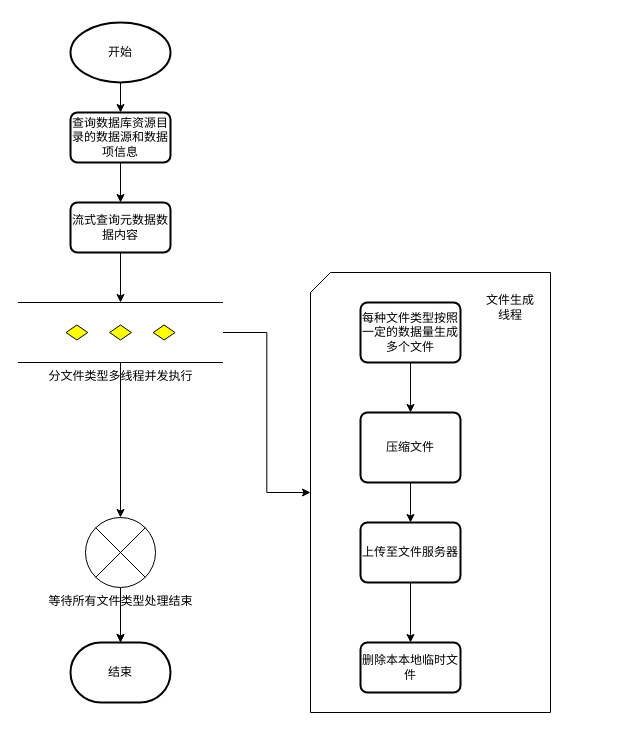
This is 数据库文件生成.drawio from weiqingping/dw, a draw.io file, before an edit. Source tidied: cells renumbered, new cells numbered last; positions are measured from the earlier drawing's top-left corner, leaving out a move shared by most shapes. Both pictures are drawn from the tidied source at 100%, with x=0, y=0 at pixel (18, 22).
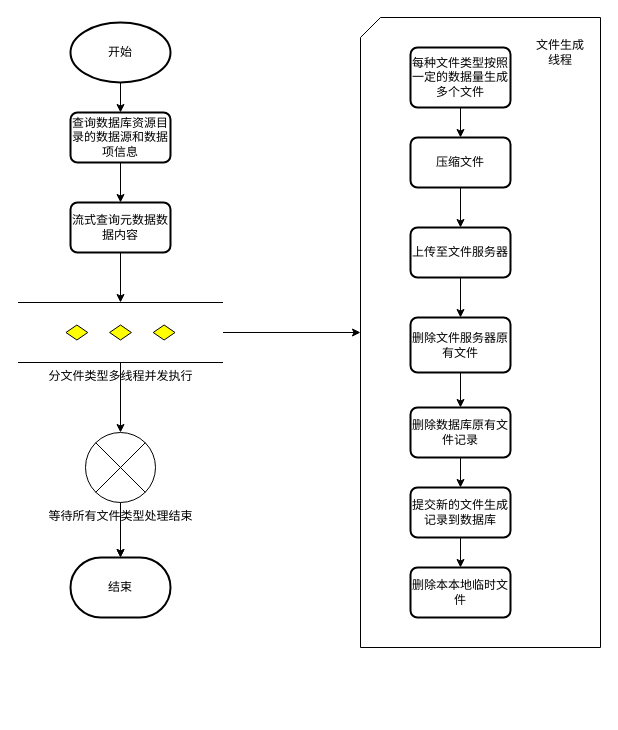
Above is the later version.

Commit message:
更新数据库文件生成.drawio

The edit, as a diff of the source:
```diff
@@
     <mxCell id="2" style="verticalLabelPosition=bottom;verticalAlign=top;html=1;shape=card;whiteSpace=wrap;size=20;arcSize=12;" parent="1" vertex="1">
-      <mxGeometry x="292" y="250" width="240" height="440" as="geometry" />
+      <mxGeometry x="342" y="-5" width="240" height="630" as="geometry" />
     </mxCell>
@@
     <mxCell id="13" value="压缩文件" style="rounded=1;whiteSpace=wrap;html=1;absoluteArcSize=1;arcSize=14;strokeWidth=2;" parent="1" vertex="1">
-      <mxGeometry x="342" y="390" width="100" height="70" as="geometry" />
+      <mxGeometry x="392" y="115" width="100" height="50" as="geometry" />
     </mxCell>
-    <mxCell id="14" style="edgeStyle=orthogonalEdgeStyle;rounded=0;jettySize=auto;html=1;" parent="1" edge="1" source="15" target="16">
-      <mxGeometry relative="1" as="geometry" />
-    </mxCell>
+    <mxCell id="24" style="edgeStyle=orthogonalEdgeStyle;rounded=0;jettySize=auto;html=1;" parent="1" edge="1" source="15" target="28">
+      <mxGeometry relative="1" as="geometry" />
+    </mxCell>
     <mxCell id="15" value="上传至文件服务器" style="rounded=1;whiteSpace=wrap;html=1;absoluteArcSize=1;arcSize=14;strokeWidth=2;" parent="1" vertex="1">
-      <mxGeometry x="342" y="500" width="100" height="60" as="geometry" />
+      <mxGeometry x="392" y="205" width="100" height="50" as="geometry" />
     </mxCell>
     <mxCell id="16" value="删除本本地临时文件" style="rounded=1;whiteSpace=wrap;html=1;absoluteArcSize=1;arcSize=14;strokeWidth=2;" parent="1" vertex="1">
-      <mxGeometry x="342" y="620" width="100" height="50" as="geometry" />
+      <mxGeometry x="392" y="545" width="100" height="50" as="geometry" />
     </mxCell>
@@
     <mxCell id="19" value="等待所有文件类型处理结束" style="verticalLabelPosition=bottom;verticalAlign=top;html=1;shape=mxgraph.flowchart.or;" parent="1" vertex="1">
-      <mxGeometry x="67" y="495" width="70" height="70" as="geometry" />
+      <mxGeometry x="67" y="410" width="70" height="70" as="geometry" />
     </mxCell>
@@
     <mxCell id="21" value="每种文件类型按照一定的数据量生成多个文件" style="rounded=1;whiteSpace=wrap;html=1;absoluteArcSize=1;arcSize=14;strokeWidth=2;" parent="1" vertex="1">
-      <mxGeometry x="342" y="280" width="100" height="60" as="geometry" />
+      <mxGeometry x="392" y="25" width="100" height="60" as="geometry" />
     </mxCell>
     <mxCell id="22" value="结束" style="strokeWidth=2;html=1;shape=mxgraph.flowchart.terminator;whiteSpace=wrap;" parent="1" vertex="1">
-      <mxGeometry x="52" y="620" width="100" height="60" as="geometry" />
+      <mxGeometry x="52" y="535" width="100" height="60" as="geometry" />
     </mxCell>
     <mxCell id="23" value="文件生成线程" style="text;html=1;strokeColor=none;fillColor=none;align=center;verticalAlign=middle;whiteSpace=wrap;rounded=0;" parent="1" vertex="1">
-      <mxGeometry x="462" y="270" width="60" height="30" as="geometry" />
+      <mxGeometry x="512" y="15" width="60" height="30" as="geometry" />
     </mxCell>
+    <mxCell id="25" style="edgeStyle=orthogonalEdgeStyle;rounded=0;jettySize=auto;html=1;" parent="1" edge="1" source="26" target="16">
+      <mxGeometry relative="1" as="geometry" />
+    </mxCell>
+    <mxCell id="26" value="提交新的文件生成记录到数据库" style="rounded=1;whiteSpace=wrap;html=1;absoluteArcSize=1;arcSize=14;strokeWidth=2;" parent="1" vertex="1">
+      <mxGeometry x="392" y="465" width="100" height="50" as="geometry" />
+    </mxCell>
+    <mxCell id="27" style="edgeStyle=orthogonalEdgeStyle;rounded=0;jettySize=auto;html=1;" parent="1" edge="1" source="28" target="30">
+      <mxGeometry relative="1" as="geometry" />
+    </mxCell>
+    <mxCell id="28" value="删除文件服务器原有文件" style="rounded=1;whiteSpace=wrap;html=1;absoluteArcSize=1;arcSize=14;strokeWidth=2;" parent="1" vertex="1">
+      <mxGeometry x="392" y="295" width="100" height="55" as="geometry" />
+    </mxCell>
+    <mxCell id="29" style="edgeStyle=orthogonalEdgeStyle;rounded=0;jettySize=auto;html=1;" parent="1" edge="1" source="30" target="26">
+      <mxGeometry relative="1" as="geometry" />
+    </mxCell>
+    <mxCell id="30" value="删除数据库原有文件记录" style="rounded=1;whiteSpace=wrap;html=1;absoluteArcSize=1;arcSize=14;strokeWidth=2;" parent="1" vertex="1">
+      <mxGeometry x="392" y="385" width="100" height="50" as="geometry" />
+    </mxCell>
```
